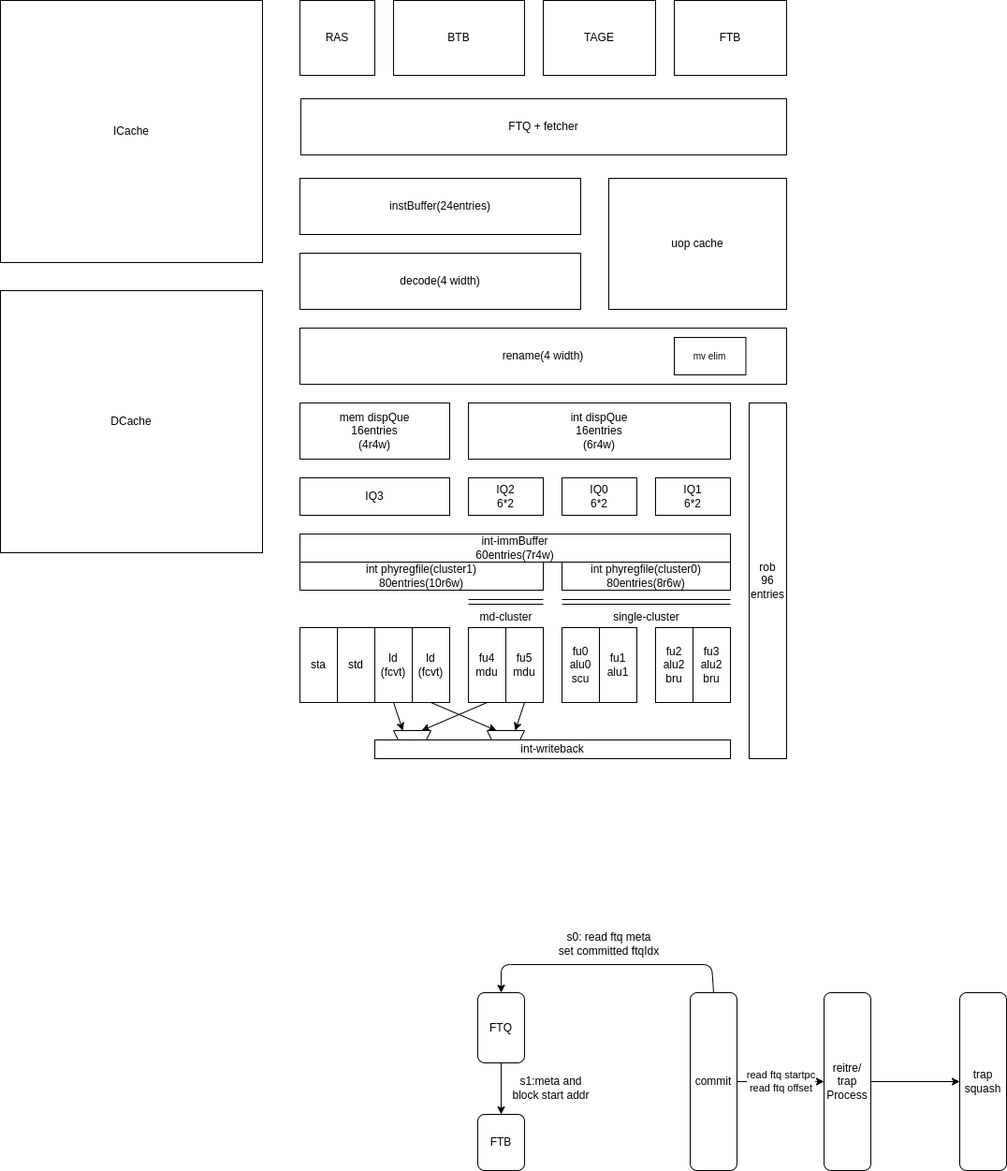
tastynoob/aura-core keeps this draw.io diagram as doc/aura.drawio.png. Above is the earlier version. Source tidied: cells renumbered, new cells last; positions are measured from the earlier drawing's top-left corner, leaving out a move shared by most shapes.
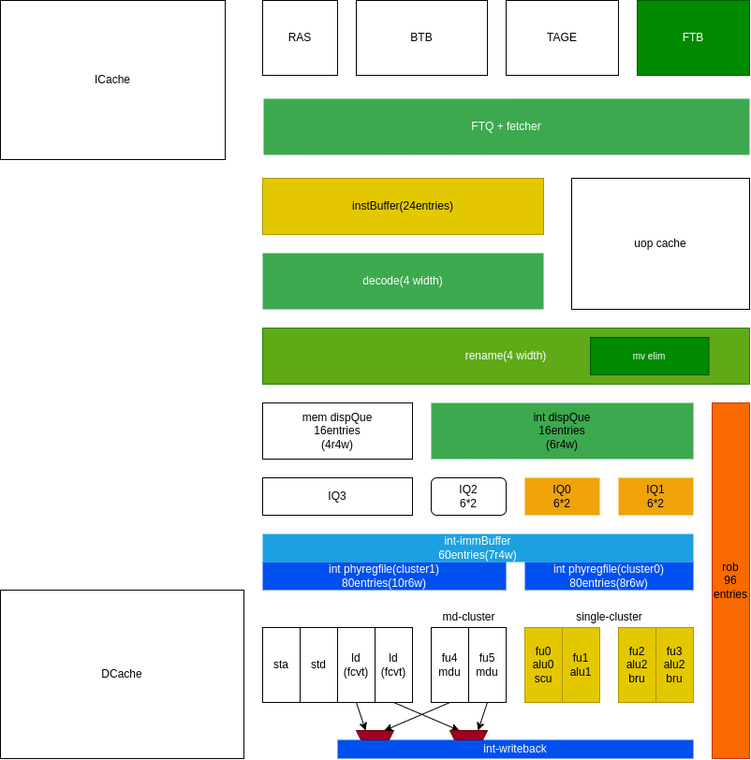
After the change.

The edit, as a diff of the source:
```diff
@@ -2,172 +2,131 @@
   <root>
     <mxCell id="0" />
     <mxCell id="1" parent="0" />
-    <mxCell id="2" value="int dispQue&lt;br&gt;16entries&lt;br&gt;(6r4w)" style="rounded=0;whiteSpace=wrap;html=1;align=center;verticalAlign=middle;" parent="1" vertex="1">
+    <mxCell id="2" value="int dispQue&lt;br&gt;16entries&lt;br&gt;(6r4w)" style="rounded=0;whiteSpace=wrap;html=1;align=center;verticalAlign=middle;strokeColor=none;fillColor=#3DA94F;" parent="1" vertex="1">
       <mxGeometry x="500" y="430" width="280" height="60" as="geometry" />
     </mxCell>
-    <mxCell id="3" value="IQ2&lt;br&gt;6*2" style="rounded=0;whiteSpace=wrap;html=1;align=center;verticalAlign=middle;" parent="1" vertex="1">
+    <mxCell id="3" value="IQ2&lt;br&gt;6*2" style="rounded=1;whiteSpace=wrap;html=1;align=center;verticalAlign=middle;" parent="1" vertex="1">
       <mxGeometry x="500" y="510" width="80" height="40" as="geometry" />
     </mxCell>
     <mxCell id="4" value="IQ3" style="rounded=0;whiteSpace=wrap;html=1;align=center;verticalAlign=middle;" parent="1" vertex="1">
       <mxGeometry x="320" y="510" width="160" height="40" as="geometry" />
     </mxCell>
-    <mxCell id="5" value="std" style="rounded=0;whiteSpace=wrap;html=1;" parent="1" vertex="1">
+    <mxCell id="5" value="std" style="rounded=0;whiteSpace=wrap;html=1;strokeColor=default;" parent="1" vertex="1">
       <mxGeometry x="360" y="670" width="40" height="80" as="geometry" />
     </mxCell>
-    <mxCell id="6" value="sta" style="rounded=0;whiteSpace=wrap;html=1;" parent="1" vertex="1">
+    <mxCell id="6" value="sta" style="rounded=0;whiteSpace=wrap;html=1;strokeColor=default;gradientColor=none;" parent="1" vertex="1">
       <mxGeometry x="320" y="670" width="40" height="80" as="geometry" />
     </mxCell>
-    <mxCell id="7" style="edgeStyle=none;html=1;exitX=0.5;exitY=1;exitDx=0;exitDy=0;entryX=0.75;entryY=1;entryDx=0;entryDy=0;fontSize=10;" parent="1" edge="1" source="8" target="27">
+    <mxCell id="7" style="edgeStyle=none;html=1;exitX=0.5;exitY=1;exitDx=0;exitDy=0;entryX=0.75;entryY=1;entryDx=0;entryDy=0;fontSize=10;strokeColor=default;" parent="1" edge="1" source="8" target="27">
       <mxGeometry relative="1" as="geometry" />
     </mxCell>
-    <mxCell id="8" value="ld&lt;br&gt;(fcvt)" style="rounded=0;whiteSpace=wrap;html=1;" parent="1" vertex="1">
+    <mxCell id="8" value="ld&lt;br&gt;(fcvt)" style="rounded=0;whiteSpace=wrap;html=1;strokeColor=default;" parent="1" vertex="1">
       <mxGeometry x="440" y="670" width="40" height="80" as="geometry" />
     </mxCell>
-    <mxCell id="9" style="edgeStyle=none;html=1;exitX=0.5;exitY=1;exitDx=0;exitDy=0;entryX=0.75;entryY=1;entryDx=0;entryDy=0;fontSize=10;" parent="1" edge="1" source="10" target="26">
+    <mxCell id="9" style="edgeStyle=none;html=1;exitX=0.5;exitY=1;exitDx=0;exitDy=0;entryX=0.75;entryY=1;entryDx=0;entryDy=0;fontSize=10;strokeColor=default;" parent="1" edge="1" source="10" target="26">
       <mxGeometry relative="1" as="geometry" />
     </mxCell>
-    <mxCell id="10" value="ld&lt;br&gt;(fcvt)" style="rounded=0;whiteSpace=wrap;html=1;" parent="1" vertex="1">
+    <mxCell id="10" value="ld&lt;br&gt;(fcvt)" style="rounded=0;whiteSpace=wrap;html=1;strokeColor=default;gradientColor=none;" parent="1" vertex="1">
       <mxGeometry x="400" y="670" width="40" height="80" as="geometry" />
     </mxCell>
-    <mxCell id="11" value="IQ0&lt;br&gt;6*2" style="rounded=0;whiteSpace=wrap;html=1;align=center;verticalAlign=middle;" parent="1" vertex="1">
+    <mxCell id="11" value="IQ0&lt;br&gt;6*2" style="rounded=0;whiteSpace=wrap;html=1;align=center;verticalAlign=middle;strokeColor=none;fillColor=#f0a30a;fontColor=#000000;" parent="1" vertex="1">
       <mxGeometry x="600" y="510" width="80" height="40" as="geometry" />
     </mxCell>
-    <mxCell id="12" value="IQ1&lt;br&gt;6*2" style="rounded=0;whiteSpace=wrap;html=1;align=center;verticalAlign=middle;" parent="1" vertex="1">
+    <mxCell id="12" value="IQ1&lt;br&gt;6*2" style="rounded=0;whiteSpace=wrap;html=1;align=center;verticalAlign=middle;strokeColor=none;fillColor=#f0a30a;fontColor=#000000;" parent="1" vertex="1">
       <mxGeometry x="700" y="510" width="80" height="40" as="geometry" />
     </mxCell>
-    <mxCell id="13" value="fu2&lt;br&gt;alu2&lt;br&gt;bru" style="rounded=0;whiteSpace=wrap;html=1;" parent="1" vertex="1">
+    <mxCell id="13" value="fu2&lt;br&gt;alu2&lt;br&gt;bru" style="rounded=0;whiteSpace=wrap;html=1;strokeColor=#B09500;fillColor=#e3c800;fontColor=#000000;" parent="1" vertex="1">
       <mxGeometry x="700" y="670" width="40" height="80" as="geometry" />
     </mxCell>
-    <mxCell id="14" style="group;" parent="1" vertex="1">
-      <mxGeometry x="500" y="660" width="80" height="80" as="geometry" />
-    </mxCell>
-    <mxCell id="15" value="fu5&lt;br&gt;mdu" style="rounded=0;whiteSpace=wrap;html=1;" parent="14" vertex="1">
-      <mxGeometry x="40" y="10" width="40" height="80" as="geometry" />
-    </mxCell>
-    <mxCell id="16" value="fu4&lt;br&gt;mdu" style="rounded=0;whiteSpace=wrap;html=1;" parent="14" vertex="1">
-      <mxGeometry y="10" width="40" height="80" as="geometry" />
-    </mxCell>
-    <mxCell id="17" value="int-immBuffer&lt;br&gt;60entries(7r4w)" style="rounded=0;whiteSpace=wrap;html=1;align=center;verticalAlign=middle;" parent="1" vertex="1">
+    <mxCell id="17" value="int-immBuffer&lt;br&gt;60entries(7r4w)" style="rounded=0;whiteSpace=wrap;html=1;align=center;verticalAlign=middle;strokeColor=none;fillColor=#1ba1e2;fontColor=#ffffff;" parent="1" vertex="1">
       <mxGeometry x="320" y="570" width="460" height="30" as="geometry" />
     </mxCell>
-    <mxCell id="18" value="int phyregfile(cluster0)&lt;br&gt;80entries(8r6w)" style="rounded=0;whiteSpace=wrap;html=1;align=center;verticalAlign=middle;" parent="1" vertex="1">
+    <mxCell id="18" value="int phyregfile(cluster0)&lt;br&gt;80entries(8r6w)" style="rounded=0;whiteSpace=wrap;html=1;align=center;verticalAlign=middle;strokeColor=none;fillColor=#0050ef;fontColor=#ffffff;" parent="1" vertex="1">
       <mxGeometry x="600" y="600" width="180" height="30" as="geometry" />
     </mxCell>
-    <mxCell id="19" value="int phyregfile(cluster1)&lt;br&gt;80entries(10r6w)" style="rounded=0;whiteSpace=wrap;html=1;align=center;verticalAlign=middle;" parent="1" vertex="1">
+    <mxCell id="19" value="int phyregfile(cluster1)&lt;br&gt;80entries(10r6w)" style="rounded=0;whiteSpace=wrap;html=1;align=center;verticalAlign=middle;strokeColor=none;fillColor=#0050ef;fontColor=#ffffff;" parent="1" vertex="1">
       <mxGeometry x="320" y="600" width="260" height="30" as="geometry" />
     </mxCell>
-    <mxCell id="20" value="mem dispQue&lt;br&gt;16entries&lt;br&gt;(4r4w)" style="rounded=0;whiteSpace=wrap;html=1;align=center;verticalAlign=middle;" parent="1" vertex="1">
+    <mxCell id="20" value="mem dispQue&lt;br&gt;16entries&lt;br&gt;(4r4w)" style="rounded=0;whiteSpace=wrap;html=1;align=center;verticalAlign=middle;strokeColor=default;" parent="1" vertex="1">
       <mxGeometry x="320" y="430" width="160" height="60" as="geometry" />
     </mxCell>
-    <mxCell id="21" value="int-writeback" style="rounded=0;whiteSpace=wrap;html=1;align=center;verticalAlign=middle;" parent="1" vertex="1">
+    <mxCell id="21" value="int-writeback" style="rounded=0;whiteSpace=wrap;html=1;align=center;verticalAlign=middle;strokeColor=none;fillColor=#0050ef;fontColor=#ffffff;" parent="1" vertex="1">
       <mxGeometry x="400" y="790" width="380" height="20" as="geometry" />
     </mxCell>
-    <mxCell id="22" style="group;" parent="1" vertex="1">
+    <mxCell id="22" style="group;fillColor=#008a00;fontColor=#ffffff;strokeColor=#005700;rounded=0;" parent="1" vertex="1">
       <mxGeometry x="320" y="350" width="520" height="60" as="geometry" />
     </mxCell>
-    <mxCell id="23" value="rename(4 width)" style="rounded=0;whiteSpace=wrap;html=1;align=center;verticalAlign=middle;" parent="22" vertex="1">
+    <mxCell id="23" value="rename(4 width)" style="rounded=0;whiteSpace=wrap;html=1;align=center;verticalAlign=middle;fillColor=#60a917;fontColor=#ffffff;strokeColor=none;" parent="22" vertex="1">
       <mxGeometry width="520" height="60" as="geometry" />
     </mxCell>
-    <mxCell id="24" value="mv elim" style="rounded=0;whiteSpace=wrap;html=1;align=center;verticalAlign=middle;fontSize=10;" parent="22" vertex="1">
-      <mxGeometry x="400" y="10" width="76.5" height="40" as="geometry" />
+    <mxCell id="24" value="mv elim" style="rounded=0;whiteSpace=wrap;html=1;align=center;verticalAlign=middle;fontSize=10;fillColor=#008a00;fontColor=#ffffff;strokeColor=#005700;" parent="22" vertex="1">
+      <mxGeometry x="350" y="10" width="126.5" height="40" as="geometry" />
     </mxCell>
-    <mxCell id="25" value="rob&lt;br&gt;96&lt;br&gt;entries" style="rounded=0;whiteSpace=wrap;html=1;align=center;verticalAlign=middle;" parent="1" vertex="1">
+    <mxCell id="25" value="rob&lt;br&gt;96&lt;br&gt;entries" style="rounded=0;whiteSpace=wrap;html=1;align=center;verticalAlign=middle;strokeColor=#C73500;fillColor=#fa6800;fontColor=#000000;" parent="1" vertex="1">
       <mxGeometry x="800" y="430" width="40" height="380" as="geometry" />
     </mxCell>
-    <mxCell id="26" style="shape=trapezoid;perimeter=trapezoidPerimeter;whiteSpace=wrap;html=1;fixedSize=1;fontSize=10;rotation=-180;size=4.999999999999886;" parent="1" vertex="1">
+    <mxCell id="26" style="shape=trapezoid;perimeter=trapezoidPerimeter;whiteSpace=wrap;html=1;fixedSize=1;fontSize=10;rotation=-180;size=4.999999999999886;strokeColor=#6F0000;fillColor=#a20025;fontColor=#ffffff;" parent="1" vertex="1">
       <mxGeometry x="420" y="780" width="40" height="10" as="geometry" />
     </mxCell>
-    <mxCell id="27" style="shape=trapezoid;perimeter=trapezoidPerimeter;whiteSpace=wrap;html=1;fixedSize=1;fontSize=10;rotation=-180;size=4.999999999999886;" parent="1" vertex="1">
+    <mxCell id="27" style="shape=trapezoid;perimeter=trapezoidPerimeter;whiteSpace=wrap;html=1;fixedSize=1;fontSize=10;rotation=-180;size=4.999999999999886;strokeColor=#6F0000;fillColor=#a20025;fontColor=#ffffff;" parent="1" vertex="1">
       <mxGeometry x="520" y="780" width="40" height="10" as="geometry" />
     </mxCell>
-    <mxCell id="28" style="edgeStyle=none;html=1;exitX=0.5;exitY=1;exitDx=0;exitDy=0;entryX=0.25;entryY=1;entryDx=0;entryDy=0;fontSize=10;" parent="1" edge="1" source="16" target="26">
+    <mxCell id="28" style="edgeStyle=none;html=1;exitX=0.5;exitY=1;exitDx=0;exitDy=0;entryX=0.25;entryY=1;entryDx=0;entryDy=0;fontSize=10;strokeColor=default;" parent="1" edge="1" source="16" target="26">
       <mxGeometry relative="1" as="geometry" />
     </mxCell>
-    <mxCell id="29" style="edgeStyle=none;html=1;exitX=0.5;exitY=1;exitDx=0;exitDy=0;entryX=0.25;entryY=1;entryDx=0;entryDy=0;fontSize=10;" parent="1" edge="1" source="15" target="27">
+    <mxCell id="29" style="edgeStyle=none;html=1;exitX=0.5;exitY=1;exitDx=0;exitDy=0;entryX=0.25;entryY=1;entryDx=0;entryDy=0;fontSize=10;strokeColor=default;" parent="1" edge="1" source="15" target="27">
       <mxGeometry relative="1" as="geometry" />
     </mxCell>
-    <mxCell id="30" value="decode(4 width)" style="rounded=0;whiteSpace=wrap;html=1;align=center;verticalAlign=middle;" parent="1" vertex="1">
+    <mxCell id="30" value="decode(4 width)" style="rounded=0;whiteSpace=wrap;html=1;align=center;verticalAlign=middle;fillColor=#3DA94F;fontColor=#ffffff;strokeColor=none;" parent="1" vertex="1">
       <mxGeometry x="320" y="270" width="300" height="60" as="geometry" />
     </mxCell>
-    <mxCell id="31" value="instBuffer(24entries)" style="rounded=0;whiteSpace=wrap;html=1;align=center;verticalAlign=middle;" parent="1" vertex="1">
+    <mxCell id="31" value="instBuffer(24entries)" style="rounded=0;whiteSpace=wrap;html=1;align=center;verticalAlign=middle;fillColor=#e3c800;fontColor=#000000;strokeColor=#B09500;" parent="1" vertex="1">
       <mxGeometry x="320" y="190" width="300" height="60" as="geometry" />
     </mxCell>
-    <mxCell id="32" value="single-cluster" style="verticalLabelPosition=bottom;shadow=0;dashed=0;align=center;html=1;verticalAlign=top;shape=mxgraph.electrical.transmission.2_line_bus;" parent="1" vertex="1">
+    <mxCell id="32" value="single-cluster" style="verticalLabelPosition=bottom;shadow=0;dashed=0;align=center;html=1;verticalAlign=top;shape=mxgraph.electrical.transmission.2_line_bus;strokeColor=none;" parent="1" vertex="1">
       <mxGeometry x="600" y="640" width="180" height="5" as="geometry" />
     </mxCell>
-    <mxCell id="33" value="md-cluster" style="verticalLabelPosition=bottom;shadow=0;dashed=0;align=center;html=1;verticalAlign=top;shape=mxgraph.electrical.transmission.2_line_bus;" parent="1" vertex="1">
+    <mxCell id="33" value="md-cluster" style="verticalLabelPosition=bottom;shadow=0;dashed=0;align=center;html=1;verticalAlign=top;shape=mxgraph.electrical.transmission.2_line_bus;strokeColor=none;" parent="1" vertex="1">
       <mxGeometry x="500" y="640" width="80" height="5" as="geometry" />
     </mxCell>
-    <mxCell id="34" value="FTQ + fetcher" style="rounded=0;whiteSpace=wrap;html=1;align=center;verticalAlign=middle;" parent="1" vertex="1">
+    <mxCell id="34" value="FTQ + fetcher" style="rounded=0;whiteSpace=wrap;html=1;align=center;verticalAlign=middle;fillColor=#3DA94F;fontColor=#ffffff;strokeColor=none;gradientColor=none;" parent="1" vertex="1">
       <mxGeometry x="321" y="105" width="519" height="60" as="geometry" />
     </mxCell>
-    <mxCell id="35" style="edgeStyle=none;html=1;exitX=0.5;exitY=0;exitDx=0;exitDy=0;entryX=0.5;entryY=0;entryDx=0;entryDy=0;" parent="1" edge="1" source="37" target="41">
-      <mxGeometry relative="1" as="geometry">
-        <Array as="points">
-          <mxPoint x="760" y="1030" />
-          <mxPoint x="535" y="1030" />
-        </Array>
-      </mxGeometry>
-    </mxCell>
-    <mxCell id="36" value="read ftq startpc&lt;br&gt;read ftq offset" style="edgeStyle=none;html=1;" parent="1" edge="1" source="37" target="39">
-      <mxGeometry relative="1" as="geometry" />
-    </mxCell>
-    <mxCell id="37" value="commit" style="rounded=1;whiteSpace=wrap;html=1;" parent="1" vertex="1">
-      <mxGeometry x="737" y="1060" width="50" height="190" as="geometry" />
-    </mxCell>
-    <mxCell id="38" style="edgeStyle=none;html=1;" parent="1" edge="1" source="39" target="45">
-      <mxGeometry relative="1" as="geometry" />
-    </mxCell>
-    <mxCell id="39" value="reitre/&lt;br&gt;trap Process" style="rounded=1;whiteSpace=wrap;html=1;" parent="1" vertex="1">
-      <mxGeometry x="880" y="1060" width="50" height="190" as="geometry" />
-    </mxCell>
-    <mxCell id="40" style="edgeStyle=none;html=1;exitX=0.5;exitY=1;exitDx=0;exitDy=0;entryX=0.5;entryY=0;entryDx=0;entryDy=0;" parent="1" edge="1" source="41" target="43">
-      <mxGeometry relative="1" as="geometry" />
-    </mxCell>
-    <mxCell id="41" value="FTQ" style="rounded=1;whiteSpace=wrap;html=1;" parent="1" vertex="1">
-      <mxGeometry x="510" y="1060" width="50" height="75" as="geometry" />
-    </mxCell>
-    <mxCell id="42" value="s0: read ftq meta&lt;br&gt;set committed ftqIdx" style="text;html=1;align=center;verticalAlign=middle;strokeColor=none;fillColor=none;" parent="1" vertex="1">
-      <mxGeometry x="585" y="985" width="130" height="45" as="geometry" />
-    </mxCell>
-    <mxCell id="43" value="FTB" style="rounded=1;whiteSpace=wrap;html=1;" parent="1" vertex="1">
-      <mxGeometry x="510" y="1190" width="50" height="60" as="geometry" />
-    </mxCell>
-    <mxCell id="44" value="s1:meta and&lt;br&gt;block start addr" style="text;html=1;align=center;verticalAlign=middle;strokeColor=none;fillColor=none;" parent="1" vertex="1">
-      <mxGeometry x="535" y="1139" width="105" height="45" as="geometry" />
-    </mxCell>
-    <mxCell id="45" value="trap&lt;br&gt;squash" style="rounded=1;whiteSpace=wrap;html=1;" parent="1" vertex="1">
-      <mxGeometry x="1025" y="1060" width="50" height="190" as="geometry" />
-    </mxCell>
-    <mxCell id="46" value="fu1&lt;br&gt;alu1" style="rounded=0;whiteSpace=wrap;html=1;" parent="1" vertex="1">
+    <mxCell id="46" value="fu1&lt;br&gt;alu1" style="rounded=0;whiteSpace=wrap;html=1;strokeColor=#B09500;fillColor=#e3c800;fontColor=#000000;" parent="1" vertex="1">
       <mxGeometry x="640" y="670" width="40" height="80" as="geometry" />
     </mxCell>
-    <mxCell id="47" value="fu0&lt;br&gt;alu0&lt;br&gt;scu" style="rounded=0;whiteSpace=wrap;html=1;" parent="1" vertex="1">
+    <mxCell id="47" value="fu0&lt;br&gt;alu0&lt;br&gt;scu" style="rounded=0;whiteSpace=wrap;html=1;strokeColor=#B09500;fillColor=#e3c800;fontColor=#000000;" parent="1" vertex="1">
       <mxGeometry x="600" y="670" width="40" height="80" as="geometry" />
     </mxCell>
-    <mxCell id="48" value="fu3&lt;br&gt;alu2&lt;br&gt;bru" style="rounded=0;whiteSpace=wrap;html=1;" parent="1" vertex="1">
+    <mxCell id="48" value="fu3&lt;br&gt;alu2&lt;br&gt;bru" style="rounded=0;whiteSpace=wrap;html=1;strokeColor=#B09500;fillColor=#e3c800;fontColor=#000000;" parent="1" vertex="1">
       <mxGeometry x="740" y="670" width="40" height="80" as="geometry" />
     </mxCell>
-    <mxCell id="49" value="FTB" style="rounded=0;whiteSpace=wrap;html=1;align=center;verticalAlign=middle;" parent="1" vertex="1">
+    <mxCell id="49" value="FTB" style="rounded=0;whiteSpace=wrap;html=1;align=center;verticalAlign=middle;strokeColor=#005700;fillColor=#008a00;fontColor=#ffffff;" parent="1" vertex="1">
       <mxGeometry x="720" width="120" height="80" as="geometry" />
     </mxCell>
-    <mxCell id="50" value="uop cache" style="rounded=0;whiteSpace=wrap;html=1;align=center;verticalAlign=middle;" parent="1" vertex="1">
+    <mxCell id="50" value="uop cache" style="rounded=0;whiteSpace=wrap;html=1;align=center;verticalAlign=middle;strokeColor=default;" parent="1" vertex="1">
       <mxGeometry x="650" y="190" width="190" height="140" as="geometry" />
     </mxCell>
-    <mxCell id="51" value="TAGE" style="rounded=0;whiteSpace=wrap;html=1;align=center;verticalAlign=middle;" parent="1" vertex="1">
+    <mxCell id="51" value="TAGE" style="rounded=0;whiteSpace=wrap;html=1;align=center;verticalAlign=middle;strokeColor=default;" parent="1" vertex="1">
       <mxGeometry x="580" width="120" height="80" as="geometry" />
     </mxCell>
-    <mxCell id="52" value="BTB" style="rounded=0;whiteSpace=wrap;html=1;align=center;verticalAlign=middle;" parent="1" vertex="1">
+    <mxCell id="52" value="BTB" style="rounded=0;whiteSpace=wrap;html=1;align=center;verticalAlign=middle;strokeColor=default;" parent="1" vertex="1">
       <mxGeometry x="420" width="140" height="80" as="geometry" />
     </mxCell>
-    <mxCell id="53" value="RAS" style="rounded=0;whiteSpace=wrap;html=1;align=center;verticalAlign=middle;" parent="1" vertex="1">
+    <mxCell id="53" value="RAS" style="rounded=0;whiteSpace=wrap;html=1;align=center;verticalAlign=middle;strokeColor=default;" parent="1" vertex="1">
       <mxGeometry x="320" width="80" height="80" as="geometry" />
     </mxCell>
-    <mxCell id="54" value="ICache" style="rounded=0;whiteSpace=wrap;html=1;align=center;verticalAlign=middle;" parent="1" vertex="1">
-      <mxGeometry width="280" height="280" as="geometry" />
+    <mxCell id="54" value="ICache" style="rounded=0;whiteSpace=wrap;html=1;align=center;verticalAlign=middle;strokeColor=default;" parent="1" vertex="1">
+      <mxGeometry x="40" width="240" height="170" as="geometry" />
     </mxCell>
-    <mxCell id="55" value="DCache" style="rounded=0;whiteSpace=wrap;html=1;align=center;verticalAlign=middle;" parent="1" vertex="1">
-      <mxGeometry y="310" width="280" height="280" as="geometry" />
+    <mxCell id="55" value="DCache" style="rounded=0;whiteSpace=wrap;html=1;align=center;verticalAlign=middle;strokeColor=default;gradientColor=none;" parent="1" vertex="1">
+      <mxGeometry x="40" y="630" width="260" height="180" as="geometry" />
     </mxCell>
+    <mxCell id="15" value="fu5&lt;br&gt;mdu" style="rounded=0;whiteSpace=wrap;html=1;" parent="1" vertex="1">
+      <mxGeometry x="540" y="670" width="40" height="80" as="geometry" />
+    </mxCell>
+    <mxCell id="16" value="fu4&lt;br&gt;mdu" style="rounded=0;whiteSpace=wrap;html=1;" parent="1" vertex="1">
+      <mxGeometry x="500" y="670" width="40" height="80" as="geometry" />
+    </mxCell>
   </root>
 </mxGraphModel>
```
